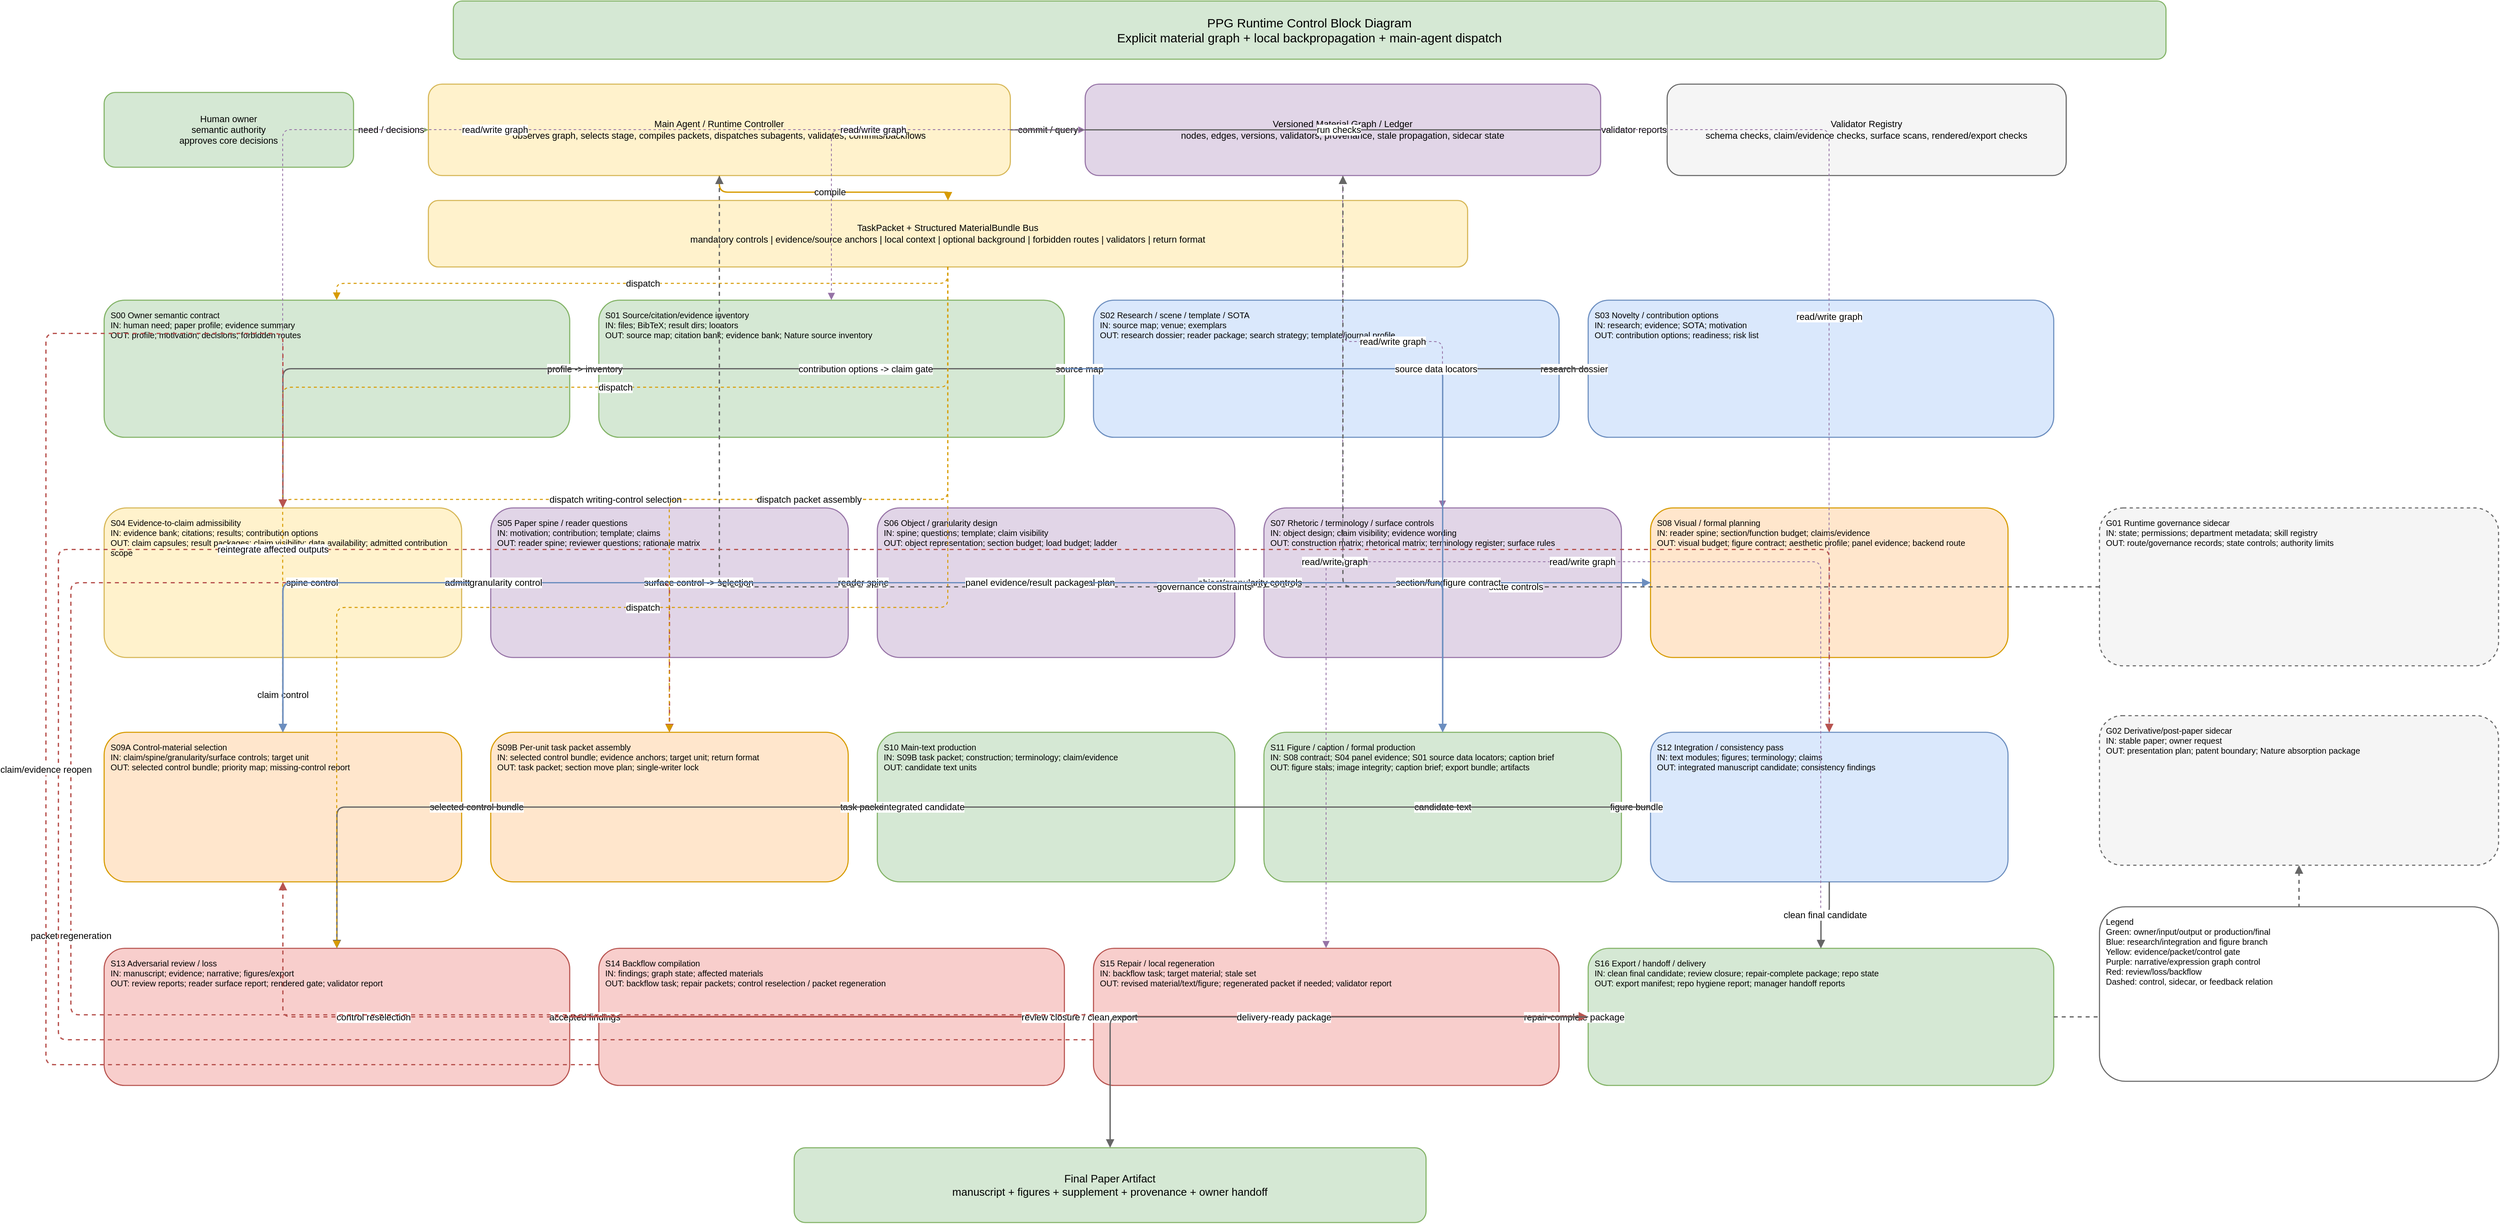
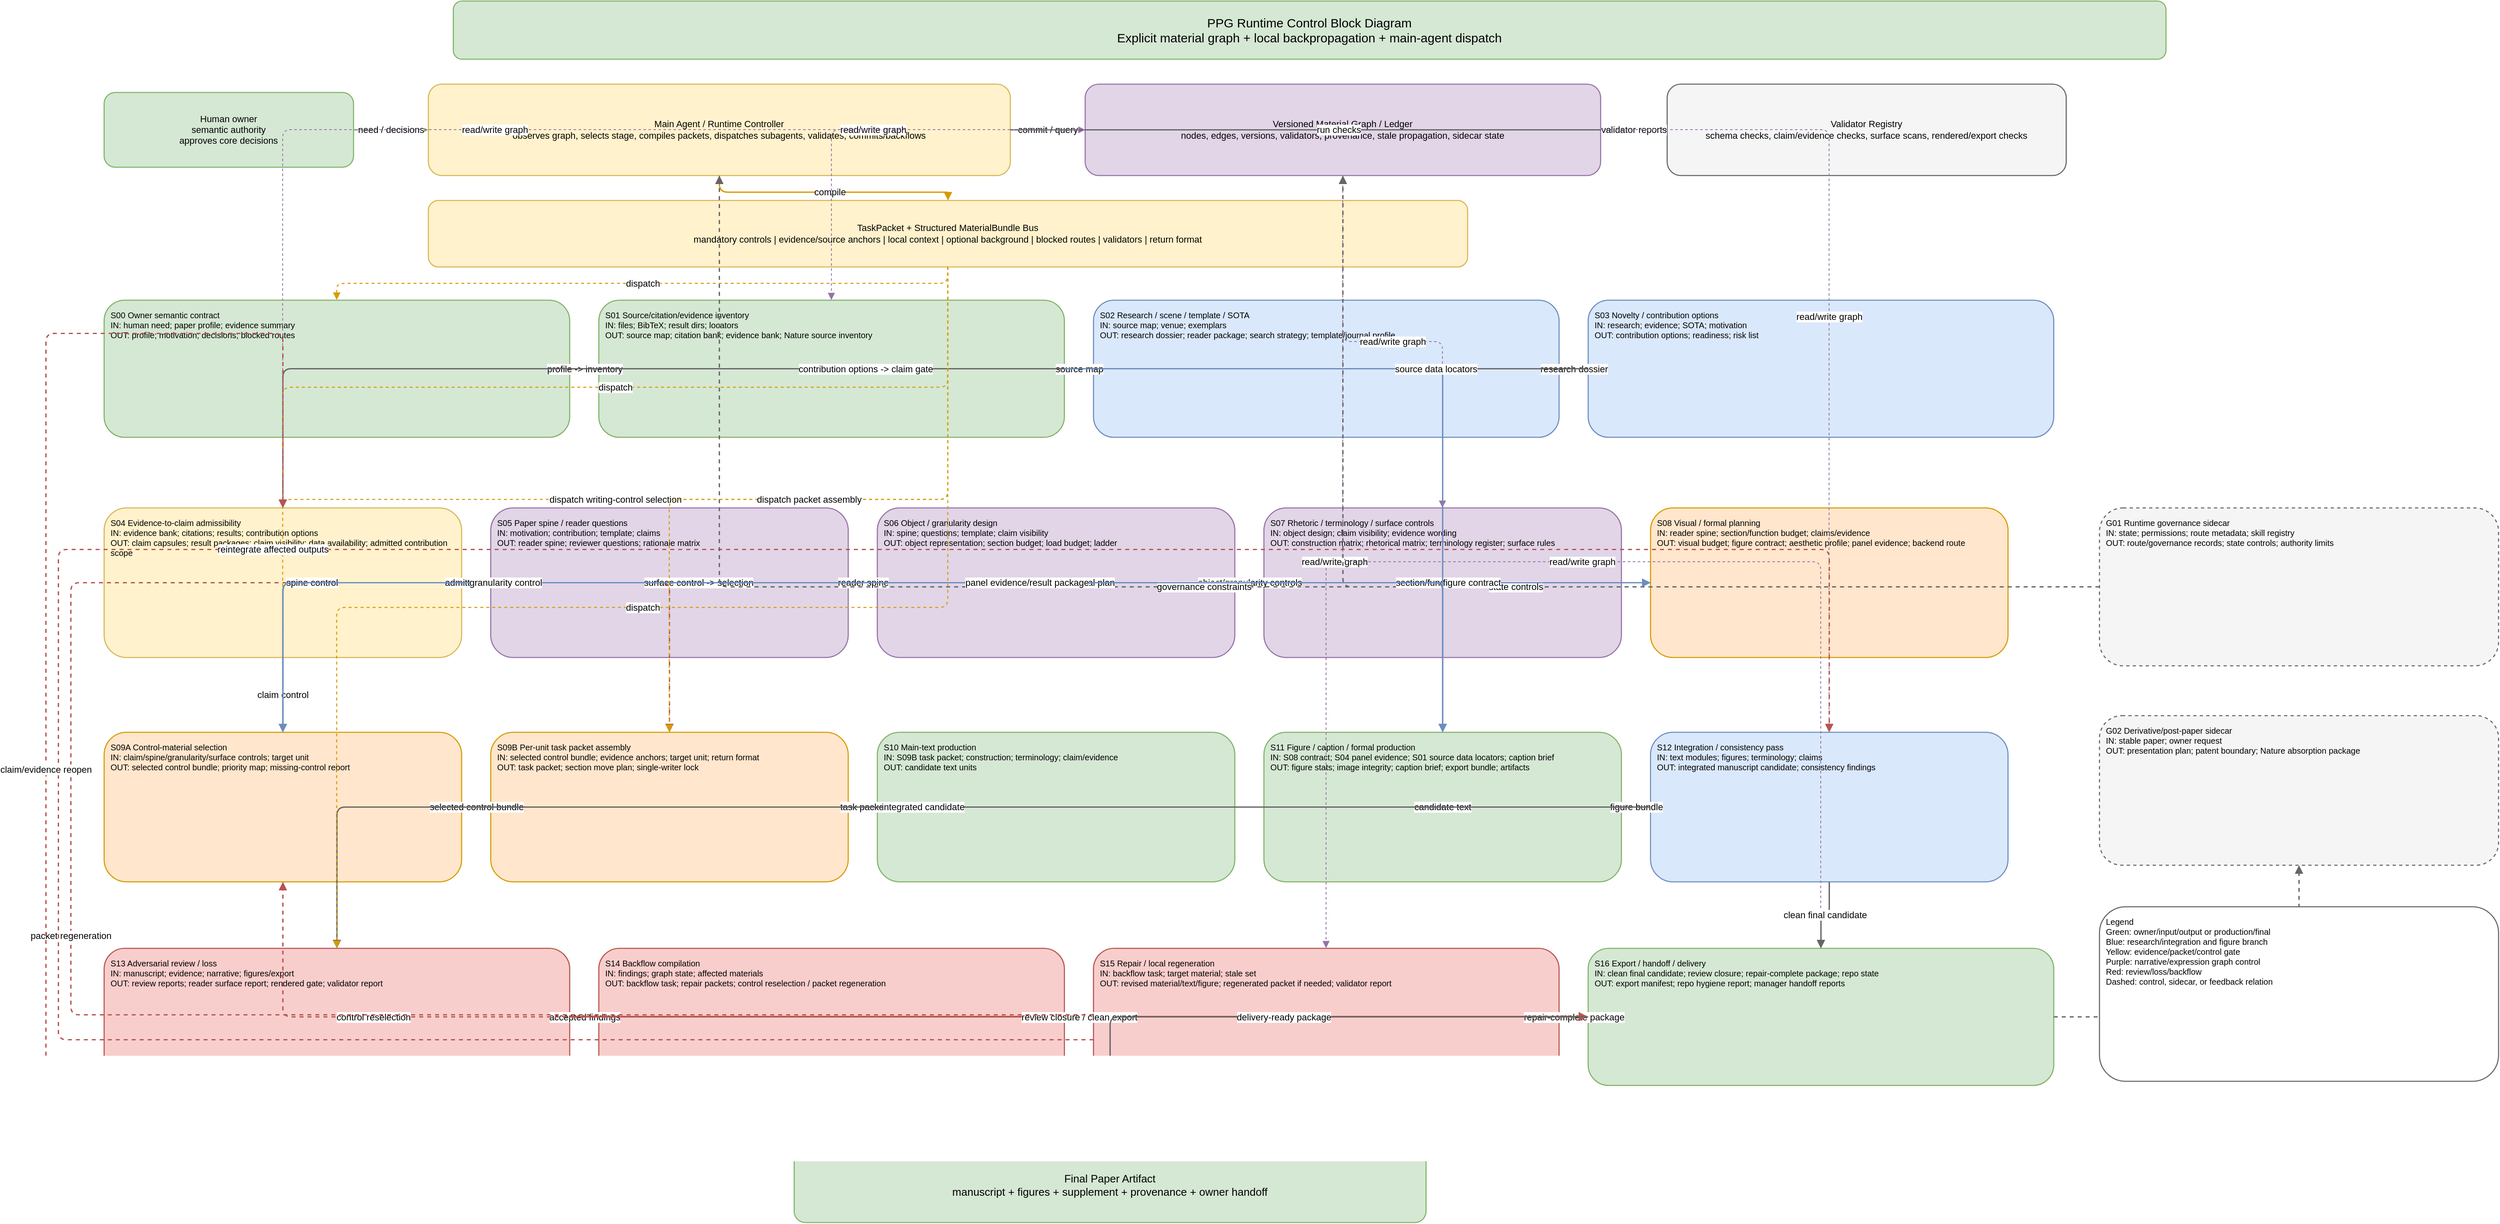
<?xml version='1.0' encoding='UTF-8'?>
<mxfile host="drawio" version="26.0.0">
  <diagram name="PPG Runtime Control Block">
    <mxGraphModel dx="2600" dy="1700" grid="1" gridSize="10" guides="1" tooltips="1" connect="1" arrows="1" fold="1" page="1" pageScale="1" pageWidth="3100" pageHeight="1550" math="0" shadow="0">
      <root>
        <mxCell id="0" />
        <mxCell id="1" parent="0" />
        <mxCell id="2" value="PPG Runtime Control Block Diagram&#10;Explicit material graph + local backpropagation + main-agent dispatch" style="rounded=1;whiteSpace=wrap;html=1;align=center;verticalAlign=middle;spacing=8;fillColor=#d5e8d4;strokeColor=#82b366;fontSize=15;strokeWidth=1.3;" vertex="1" parent="1">
          <mxGeometry x="500" y="20" width="2060" height="70" as="geometry" />
        </mxCell>
        <mxCell id="3" value="Human owner&#10;semantic authority&#10;approves core decisions" style="rounded=1;whiteSpace=wrap;html=1;align=center;verticalAlign=middle;spacing=8;fillColor=#d5e8d4;strokeColor=#82b366;fontSize=11;strokeWidth=1.3;" vertex="1" parent="1">
          <mxGeometry x="80" y="130" width="300" height="90" as="geometry" />
        </mxCell>
        <mxCell id="4" value="Main Agent / Runtime Controller&#10;observes graph, selects stage, compiles packets, dispatches subagents, validates, commits/backflows" style="rounded=1;whiteSpace=wrap;html=1;align=center;verticalAlign=middle;spacing=8;fillColor=#fff2cc;strokeColor=#d6b656;fontSize=11;strokeWidth=1.3;" vertex="1" parent="1">
          <mxGeometry x="470" y="120" width="700" height="110" as="geometry" />
        </mxCell>
        <mxCell id="5" value="Versioned Material Graph / Ledger&#10;nodes, edges, versions, validators, provenance, stale propagation, sidecar state" style="rounded=1;whiteSpace=wrap;html=1;align=center;verticalAlign=middle;spacing=8;fillColor=#e1d5e7;strokeColor=#9673a6;fontSize=11;strokeWidth=1.3;" vertex="1" parent="1">
          <mxGeometry x="1260" y="120" width="620" height="110" as="geometry" />
        </mxCell>
        <mxCell id="6" value="Validator Registry&#10;schema checks, claim/evidence checks, surface scans, rendered/export checks" style="rounded=1;whiteSpace=wrap;html=1;align=center;verticalAlign=middle;spacing=8;fillColor=#f5f5f5;strokeColor=#666666;fontSize=11;strokeWidth=1.3;" vertex="1" parent="1">
          <mxGeometry x="1960" y="120" width="480" height="110" as="geometry" />
        </mxCell>
        <mxCell id="7" value="need / decisions" style="edgeStyle=orthogonalEdgeStyle;rounded=1;orthogonalLoop=1;jettySize=auto;html=1;endArrow=block;strokeColor=#82b366;strokeWidth=1.6;" edge="1" parent="1" source="3" target="4">
          <mxGeometry relative="1" as="geometry" />
        </mxCell>
        <mxCell id="8" value="commit / query" style="edgeStyle=orthogonalEdgeStyle;rounded=1;orthogonalLoop=1;jettySize=auto;html=1;endArrow=block;strokeColor=#9673a6;strokeWidth=1.6;" edge="1" parent="1" source="4" target="5">
          <mxGeometry relative="1" as="geometry" />
        </mxCell>
        <mxCell id="9" value="run checks" style="edgeStyle=orthogonalEdgeStyle;rounded=1;orthogonalLoop=1;jettySize=auto;html=1;endArrow=block;strokeColor=#666666;strokeWidth=1.6;" edge="1" parent="1" source="4" target="6">
          <mxGeometry relative="1" as="geometry" />
        </mxCell>
        <mxCell id="10" value="validator reports" style="edgeStyle=orthogonalEdgeStyle;rounded=1;orthogonalLoop=1;jettySize=auto;html=1;endArrow=block;strokeColor=#666666;strokeWidth=1.6;" edge="1" parent="1" source="6" target="5">
          <mxGeometry relative="1" as="geometry" />
        </mxCell>
-         <mxCell id="11" value="TaskPacket + Structured MaterialBundle Bus&#10;mandatory controls | evidence/source anchors | local context | optional background | forbidden routes | validators | return format" style="rounded=1;whiteSpace=wrap;html=1;align=center;verticalAlign=middle;spacing=8;fillColor=#fff2cc;strokeColor=#d6b656;fontSize=11;strokeWidth=1.3;" vertex="1" parent="1">
+         <mxCell id="11" value="TaskPacket + Structured MaterialBundle Bus&#10;mandatory controls | evidence/source anchors | local context | optional background | blocked routes | validators | return format" style="rounded=1;whiteSpace=wrap;html=1;align=center;verticalAlign=middle;spacing=8;fillColor=#fff2cc;strokeColor=#d6b656;fontSize=11;strokeWidth=1.3;" vertex="1" parent="1">
          <mxGeometry x="470" y="260" width="1250" height="80" as="geometry" />
        </mxCell>
        <mxCell id="12" value="compile" style="edgeStyle=orthogonalEdgeStyle;rounded=1;orthogonalLoop=1;jettySize=auto;html=1;endArrow=block;strokeColor=#d79b00;strokeWidth=1.6;" edge="1" parent="1" source="4" target="11">
          <mxGeometry relative="1" as="geometry" />
        </mxCell>
-         <mxCell id="13" value="S00  Owner semantic contract&#10;IN: human need; paper profile; evidence summary&#10;OUT: profile; motivation; decisions; forbidden routes" style="rounded=1;whiteSpace=wrap;html=1;align=left;verticalAlign=top;spacing=8;fillColor=#d5e8d4;strokeColor=#82b366;fontSize=10;strokeWidth=1.3;" vertex="1" parent="1">
+         <mxCell id="13" value="S00  Owner semantic contract&#10;IN: human need; paper profile; evidence summary&#10;OUT: profile; motivation; decisions; blocked routes" style="rounded=1;whiteSpace=wrap;html=1;align=left;verticalAlign=top;spacing=8;fillColor=#d5e8d4;strokeColor=#82b366;fontSize=10;strokeWidth=1.3;" vertex="1" parent="1">
          <mxGeometry x="80" y="380" width="560" height="165" as="geometry" />
        </mxCell>
        <mxCell id="14" value="S01  Source/citation/evidence inventory&#10;IN: files; BibTeX; result dirs; locators&#10;OUT: source map; citation bank; evidence bank; Nature source inventory" style="rounded=1;whiteSpace=wrap;html=1;align=left;verticalAlign=top;spacing=8;fillColor=#d5e8d4;strokeColor=#82b366;fontSize=10;strokeWidth=1.3;" vertex="1" parent="1">
          <mxGeometry x="675" y="380" width="560" height="165" as="geometry" />
        </mxCell>
        <mxCell id="15" value="S02  Research / scene / template / SOTA&#10;IN: source map; venue; exemplars&#10;OUT: research dossier; reader package; search strategy; template/journal profile" style="rounded=1;whiteSpace=wrap;html=1;align=left;verticalAlign=top;spacing=8;fillColor=#dae8fc;strokeColor=#6c8ebf;fontSize=10;strokeWidth=1.3;" vertex="1" parent="1">
          <mxGeometry x="1270" y="380" width="560" height="165" as="geometry" />
        </mxCell>
        <mxCell id="16" value="S03  Novelty / contribution options&#10;IN: research; evidence; SOTA; motivation&#10;OUT: contribution options; readiness; risk list" style="rounded=1;whiteSpace=wrap;html=1;align=left;verticalAlign=top;spacing=8;fillColor=#dae8fc;strokeColor=#6c8ebf;fontSize=10;strokeWidth=1.3;" vertex="1" parent="1">
          <mxGeometry x="1865" y="380" width="560" height="165" as="geometry" />
        </mxCell>
        <mxCell id="17" value="S04  Evidence-to-claim admissibility&#10;IN: evidence bank; citations; results; contribution options&#10;OUT: claim capsules; result packages; claim visibility; data availability; admitted contribution scope" style="rounded=1;whiteSpace=wrap;html=1;align=left;verticalAlign=top;spacing=8;fillColor=#fff2cc;strokeColor=#d6b656;fontSize=10;strokeWidth=1.3;" vertex="1" parent="1">
          <mxGeometry x="80" y="630" width="430" height="180" as="geometry" />
        </mxCell>
        <mxCell id="18" value="S05  Paper spine / reader questions&#10;IN: motivation; contribution; template; claims&#10;OUT: reader spine; reviewer questions; rationale matrix" style="rounded=1;whiteSpace=wrap;html=1;align=left;verticalAlign=top;spacing=8;fillColor=#e1d5e7;strokeColor=#9673a6;fontSize=10;strokeWidth=1.3;" vertex="1" parent="1">
          <mxGeometry x="545" y="630" width="430" height="180" as="geometry" />
        </mxCell>
        <mxCell id="19" value="S06  Object / granularity design&#10;IN: spine; questions; template; claim visibility&#10;OUT: object representation; section budget; load budget; ladder" style="rounded=1;whiteSpace=wrap;html=1;align=left;verticalAlign=top;spacing=8;fillColor=#e1d5e7;strokeColor=#9673a6;fontSize=10;strokeWidth=1.3;" vertex="1" parent="1">
          <mxGeometry x="1010" y="630" width="430" height="180" as="geometry" />
        </mxCell>
        <mxCell id="20" value="S07  Rhetoric / terminology / surface controls&#10;IN: object design; claim visibility; evidence wording&#10;OUT: construction matrix; rhetorical matrix; terminology register; surface rules" style="rounded=1;whiteSpace=wrap;html=1;align=left;verticalAlign=top;spacing=8;fillColor=#e1d5e7;strokeColor=#9673a6;fontSize=10;strokeWidth=1.3;" vertex="1" parent="1">
          <mxGeometry x="1475" y="630" width="430" height="180" as="geometry" />
        </mxCell>
        <mxCell id="21" value="S08  Visual / formal planning&#10;IN: reader spine; section/function budget; claims/evidence&#10;OUT: visual budget; figure contract; aesthetic profile; panel evidence; backend route" style="rounded=1;whiteSpace=wrap;html=1;align=left;verticalAlign=top;spacing=8;fillColor=#ffe6cc;strokeColor=#d79b00;fontSize=10;strokeWidth=1.3;" vertex="1" parent="1">
          <mxGeometry x="1940" y="630" width="430" height="180" as="geometry" />
        </mxCell>
        <mxCell id="22" value="S09A  Control-material selection&#10;IN: claim/spine/granularity/surface controls; target unit&#10;OUT: selected control bundle; priority map; missing-control report" style="rounded=1;whiteSpace=wrap;html=1;align=left;verticalAlign=top;spacing=8;fillColor=#ffe6cc;strokeColor=#d79b00;fontSize=10;strokeWidth=1.3;" vertex="1" parent="1">
          <mxGeometry x="80" y="900" width="430" height="180" as="geometry" />
        </mxCell>
        <mxCell id="69" value="S09B  Per-unit task packet assembly&#10;IN: selected control bundle; evidence anchors; target unit; return format&#10;OUT: task packet; section move plan; single-writer lock" style="rounded=1;whiteSpace=wrap;html=1;align=left;verticalAlign=top;spacing=8;fillColor=#ffe6cc;strokeColor=#d79b00;fontSize=10;strokeWidth=1.3;" vertex="1" parent="1">
          <mxGeometry x="545" y="900" width="430" height="180" as="geometry" />
        </mxCell>
        <mxCell id="23" value="S10  Main-text production&#10;IN: S09B task packet; construction; terminology; claim/evidence&#10;OUT: candidate text units" style="rounded=1;whiteSpace=wrap;html=1;align=left;verticalAlign=top;spacing=8;fillColor=#d5e8d4;strokeColor=#82b366;fontSize=10;strokeWidth=1.3;" vertex="1" parent="1">
          <mxGeometry x="1010" y="900" width="430" height="180" as="geometry" />
        </mxCell>
        <mxCell id="24" value="S11  Figure / caption / formal production&#10;IN: S08 contract; S04 panel evidence; S01 source data locators; caption brief&#10;OUT: figure stats; image integrity; caption brief; export bundle; artifacts" style="rounded=1;whiteSpace=wrap;html=1;align=left;verticalAlign=top;spacing=8;fillColor=#d5e8d4;strokeColor=#82b366;fontSize=10;strokeWidth=1.3;" vertex="1" parent="1">
          <mxGeometry x="1475" y="900" width="430" height="180" as="geometry" />
        </mxCell>
        <mxCell id="25" value="S12  Integration / consistency pass&#10;IN: text modules; figures; terminology; claims&#10;OUT: integrated manuscript candidate; consistency findings" style="rounded=1;whiteSpace=wrap;html=1;align=left;verticalAlign=top;spacing=8;fillColor=#dae8fc;strokeColor=#6c8ebf;fontSize=10;strokeWidth=1.3;" vertex="1" parent="1">
          <mxGeometry x="1940" y="900" width="430" height="180" as="geometry" />
        </mxCell>
        <mxCell id="26" value="S13  Adversarial review / loss&#10;IN: manuscript; evidence; narrative; figures/export&#10;OUT: review reports; reader surface report; rendered gate; validator report" style="rounded=1;whiteSpace=wrap;html=1;align=left;verticalAlign=top;spacing=8;fillColor=#f8cecc;strokeColor=#b85450;fontSize=10;strokeWidth=1.3;" vertex="1" parent="1">
          <mxGeometry x="80" y="1160" width="560" height="165" as="geometry" />
        </mxCell>
        <mxCell id="27" value="S14  Backflow compilation&#10;IN: findings; graph state; affected materials&#10;OUT: backflow task; repair packets; control reselection / packet regeneration" style="rounded=1;whiteSpace=wrap;html=1;align=left;verticalAlign=top;spacing=8;fillColor=#f8cecc;strokeColor=#b85450;fontSize=10;strokeWidth=1.3;" vertex="1" parent="1">
          <mxGeometry x="675" y="1160" width="560" height="165" as="geometry" />
        </mxCell>
        <mxCell id="28" value="S15  Repair / local regeneration&#10;IN: backflow task; target material; stale set&#10;OUT: revised material/text/figure; regenerated packet if needed; validator report" style="rounded=1;whiteSpace=wrap;html=1;align=left;verticalAlign=top;spacing=8;fillColor=#f8cecc;strokeColor=#b85450;fontSize=10;strokeWidth=1.3;" vertex="1" parent="1">
          <mxGeometry x="1270" y="1160" width="560" height="165" as="geometry" />
        </mxCell>
        <mxCell id="29" value="S16  Export / handoff / delivery&#10;IN: clean final candidate; review closure; repair-complete package; repo state&#10;OUT: export manifest; repo hygiene report; manager handoff reports" style="rounded=1;whiteSpace=wrap;html=1;align=left;verticalAlign=top;spacing=8;fillColor=#d5e8d4;strokeColor=#82b366;fontSize=10;strokeWidth=1.3;" vertex="1" parent="1">
          <mxGeometry x="1865" y="1160" width="560" height="165" as="geometry" />
        </mxCell>
        <mxCell id="30" value="profile -&gt; inventory" style="edgeStyle=orthogonalEdgeStyle;rounded=1;orthogonalLoop=1;jettySize=auto;html=1;endArrow=block;strokeColor=#666666;strokeWidth=1.6;" edge="1" parent="1" source="13" target="14">
          <mxGeometry relative="1" as="geometry" />
        </mxCell>
        <mxCell id="31" value="source map" style="edgeStyle=orthogonalEdgeStyle;rounded=1;orthogonalLoop=1;jettySize=auto;html=1;endArrow=block;strokeColor=#666666;strokeWidth=1.6;" edge="1" parent="1" source="14" target="15">
          <mxGeometry relative="1" as="geometry" />
        </mxCell>
        <mxCell id="32" value="research dossier" style="edgeStyle=orthogonalEdgeStyle;rounded=1;orthogonalLoop=1;jettySize=auto;html=1;endArrow=block;strokeColor=#666666;strokeWidth=1.6;" edge="1" parent="1" source="15" target="16">
          <mxGeometry relative="1" as="geometry" />
        </mxCell>
        <mxCell id="33" value="contribution options -&gt; claim gate" style="edgeStyle=orthogonalEdgeStyle;rounded=1;orthogonalLoop=1;jettySize=auto;html=1;endArrow=block;strokeColor=#666666;strokeWidth=1.6;" edge="1" parent="1" source="16" target="17">
          <mxGeometry relative="1" as="geometry" />
        </mxCell>
        <mxCell id="34" value="admitted claims" style="edgeStyle=orthogonalEdgeStyle;rounded=1;orthogonalLoop=1;jettySize=auto;html=1;endArrow=block;strokeColor=#666666;strokeWidth=1.6;" edge="1" parent="1" source="17" target="18">
          <mxGeometry relative="1" as="geometry" />
        </mxCell>
        <mxCell id="35" value="reader spine" style="edgeStyle=orthogonalEdgeStyle;rounded=1;orthogonalLoop=1;jettySize=auto;html=1;endArrow=block;strokeColor=#666666;strokeWidth=1.6;" edge="1" parent="1" source="18" target="19">
          <mxGeometry relative="1" as="geometry" />
        </mxCell>
        <mxCell id="36" value="object/granularity controls" style="edgeStyle=orthogonalEdgeStyle;rounded=1;orthogonalLoop=1;jettySize=auto;html=1;endArrow=block;strokeColor=#666666;strokeWidth=1.6;" edge="1" parent="1" source="19" target="20">
          <mxGeometry relative="1" as="geometry" />
        </mxCell>
        <mxCell id="37" value="surface control -&gt; selection" style="edgeStyle=orthogonalEdgeStyle;rounded=1;orthogonalLoop=1;jettySize=auto;html=1;endArrow=block;strokeColor=#666666;strokeWidth=1.6;" edge="1" parent="1" source="20" target="22">
          <mxGeometry relative="1" as="geometry" />
        </mxCell>
        <mxCell id="38" value="selected control bundle" style="edgeStyle=orthogonalEdgeStyle;rounded=1;orthogonalLoop=1;jettySize=auto;html=1;endArrow=block;strokeColor=#666666;strokeWidth=1.6;" edge="1" parent="1" source="22" target="69">
          <mxGeometry relative="1" as="geometry" />
        </mxCell>
        <mxCell id="39" value="task packet" style="edgeStyle=orthogonalEdgeStyle;rounded=1;orthogonalLoop=1;jettySize=auto;html=1;endArrow=block;strokeColor=#666666;strokeWidth=1.6;" edge="1" parent="1" source="69" target="23">
          <mxGeometry relative="1" as="geometry" />
        </mxCell>
        <mxCell id="40" value="candidate text" style="edgeStyle=orthogonalEdgeStyle;rounded=1;orthogonalLoop=1;jettySize=auto;html=1;endArrow=block;strokeColor=#666666;strokeWidth=1.6;" edge="1" parent="1" source="23" target="25">
          <mxGeometry relative="1" as="geometry" />
        </mxCell>
        <mxCell id="41" value="figure bundle" style="edgeStyle=orthogonalEdgeStyle;rounded=1;orthogonalLoop=1;jettySize=auto;html=1;endArrow=block;strokeColor=#6c8ebf;strokeWidth=1.6;" edge="1" parent="1" source="24" target="25">
          <mxGeometry relative="1" as="geometry" />
        </mxCell>
        <mxCell id="42" value="integrated candidate" style="edgeStyle=orthogonalEdgeStyle;rounded=1;orthogonalLoop=1;jettySize=auto;html=1;endArrow=block;strokeColor=#666666;strokeWidth=1.6;" edge="1" parent="1" source="25" target="26">
          <mxGeometry relative="1" as="geometry" />
        </mxCell>
        <mxCell id="43" value="accepted findings" style="edgeStyle=orthogonalEdgeStyle;rounded=1;orthogonalLoop=1;jettySize=auto;html=1;endArrow=block;strokeColor=#b85450;strokeWidth=2;" edge="1" parent="1" source="26" target="27">
          <mxGeometry relative="1" as="geometry" />
        </mxCell>
        <mxCell id="44" value="repair packets" style="edgeStyle=orthogonalEdgeStyle;rounded=1;orthogonalLoop=1;jettySize=auto;html=1;endArrow=block;strokeColor=#b85450;strokeWidth=2;" edge="1" parent="1" source="27" target="28">
          <mxGeometry relative="1" as="geometry" />
        </mxCell>
        <mxCell id="45" value="repair-complete package" style="edgeStyle=orthogonalEdgeStyle;rounded=1;orthogonalLoop=1;jettySize=auto;html=1;endArrow=block;strokeColor=#b85450;strokeWidth=2;" edge="1" parent="1" source="28" target="29">
          <mxGeometry relative="1" as="geometry" />
        </mxCell>
        <mxCell id="46" value="dispatch" style="edgeStyle=orthogonalEdgeStyle;rounded=1;orthogonalLoop=1;jettySize=auto;html=1;endArrow=block;strokeColor=#d79b00;strokeWidth=1.2;dashed=1;" edge="1" parent="1" source="11" target="13">
          <mxGeometry relative="1" as="geometry" />
        </mxCell>
        <mxCell id="47" value="dispatch" style="edgeStyle=orthogonalEdgeStyle;rounded=1;orthogonalLoop=1;jettySize=auto;html=1;endArrow=block;strokeColor=#d79b00;strokeWidth=1.2;dashed=1;" edge="1" parent="1" source="11" target="17">
          <mxGeometry relative="1" as="geometry" />
        </mxCell>
        <mxCell id="48" value="dispatch writing-control selection" style="edgeStyle=orthogonalEdgeStyle;rounded=1;orthogonalLoop=1;jettySize=auto;html=1;endArrow=block;strokeColor=#d79b00;strokeWidth=1.2;dashed=1;" edge="1" parent="1" source="11" target="22">
          <mxGeometry relative="1" as="geometry" />
        </mxCell>
        <mxCell id="49" value="dispatch" style="edgeStyle=orthogonalEdgeStyle;rounded=1;orthogonalLoop=1;jettySize=auto;html=1;endArrow=block;strokeColor=#d79b00;strokeWidth=1.2;dashed=1;" edge="1" parent="1" source="11" target="26">
          <mxGeometry relative="1" as="geometry" />
        </mxCell>
        <mxCell id="50" value="read/write graph" style="edgeStyle=orthogonalEdgeStyle;rounded=1;orthogonalLoop=1;jettySize=auto;html=1;endArrow=block;strokeColor=#9673a6;strokeWidth=1.0;dashed=1;" edge="1" parent="1" source="5" target="14">
          <mxGeometry relative="1" as="geometry" />
        </mxCell>
        <mxCell id="51" value="read/write graph" style="edgeStyle=orthogonalEdgeStyle;rounded=1;orthogonalLoop=1;jettySize=auto;html=1;endArrow=block;strokeColor=#9673a6;strokeWidth=1.0;dashed=1;" edge="1" parent="1" source="5" target="17">
          <mxGeometry relative="1" as="geometry" />
        </mxCell>
        <mxCell id="52" value="read/write graph" style="edgeStyle=orthogonalEdgeStyle;rounded=1;orthogonalLoop=1;jettySize=auto;html=1;endArrow=block;strokeColor=#9673a6;strokeWidth=1.0;dashed=1;" edge="1" parent="1" source="5" target="20">
          <mxGeometry relative="1" as="geometry" />
        </mxCell>
        <mxCell id="53" value="read/write graph" style="edgeStyle=orthogonalEdgeStyle;rounded=1;orthogonalLoop=1;jettySize=auto;html=1;endArrow=block;strokeColor=#9673a6;strokeWidth=1.0;dashed=1;" edge="1" parent="1" source="5" target="25">
          <mxGeometry relative="1" as="geometry" />
        </mxCell>
        <mxCell id="54" value="read/write graph" style="edgeStyle=orthogonalEdgeStyle;rounded=1;orthogonalLoop=1;jettySize=auto;html=1;endArrow=block;strokeColor=#9673a6;strokeWidth=1.0;dashed=1;" edge="1" parent="1" source="5" target="28">
          <mxGeometry relative="1" as="geometry" />
        </mxCell>
        <mxCell id="55" value="read/write graph" style="edgeStyle=orthogonalEdgeStyle;rounded=1;orthogonalLoop=1;jettySize=auto;html=1;endArrow=block;strokeColor=#9673a6;strokeWidth=1.0;dashed=1;" edge="1" parent="1" source="5" target="29">
          <mxGeometry relative="1" as="geometry" />
        </mxCell>
        <mxCell id="56" value="review closure / clean export" style="edgeStyle=orthogonalEdgeStyle;rounded=1;orthogonalLoop=1;jettySize=auto;html=1;endArrow=block;strokeColor=#b85450;strokeWidth=2;" edge="1" parent="1" source="26" target="29">
          <mxGeometry relative="1" as="geometry" />
        </mxCell>
        <mxCell id="57" value="control reselection" style="edgeStyle=orthogonalEdgeStyle;rounded=1;orthogonalLoop=1;jettySize=auto;html=1;endArrow=block;strokeColor=#b85450;strokeWidth=1.6;dashed=1;" edge="1" parent="1" source="27" target="22">
          <mxGeometry relative="1" as="geometry" />
        </mxCell>
        <mxCell id="58" value="packet regeneration" style="edgeStyle=orthogonalEdgeStyle;rounded=1;orthogonalLoop=1;jettySize=auto;html=1;endArrow=block;strokeColor=#b85450;strokeWidth=1.6;dashed=1;" edge="1" parent="1" source="28" target="69">
          <mxGeometry relative="1" as="geometry">
            <Array as="points">
              <mxPoint x="40" y="1240" />
              <mxPoint x="40" y="720" />
            </Array>
          </mxGeometry>
        </mxCell>
        <mxCell id="59" value="reintegrate affected outputs" style="edgeStyle=orthogonalEdgeStyle;rounded=1;orthogonalLoop=1;jettySize=auto;html=1;endArrow=block;strokeColor=#b85450;strokeWidth=1.6;dashed=1;" edge="1" parent="1" source="28" target="25">
          <mxGeometry relative="1" as="geometry">
            <Array as="points">
              <mxPoint x="25" y="1270" />
              <mxPoint x="25" y="680" />
            </Array>
          </mxGeometry>
        </mxCell>
        <mxCell id="60" value="claim/evidence reopen" style="edgeStyle=orthogonalEdgeStyle;rounded=1;orthogonalLoop=1;jettySize=auto;html=1;endArrow=block;strokeColor=#b85450;strokeWidth=1.6;dashed=1;" edge="1" parent="1" source="27" target="17">
          <mxGeometry relative="1" as="geometry">
            <Array as="points">
              <mxPoint x="10" y="1300" />
              <mxPoint x="10" y="420" />
            </Array>
          </mxGeometry>
        </mxCell>
        <mxCell id="61" value="Final Paper Artifact&#10;manuscript + figures + supplement + provenance + owner handoff" style="rounded=1;whiteSpace=wrap;html=1;align=center;verticalAlign=middle;spacing=8;fillColor=#d5e8d4;strokeColor=#82b366;fontSize=13;strokeWidth=1.3;" vertex="1" parent="1">
          <mxGeometry x="910" y="1400" width="760" height="90" as="geometry" />
        </mxCell>
        <mxCell id="62" value="delivery-ready package" style="edgeStyle=orthogonalEdgeStyle;rounded=1;orthogonalLoop=1;jettySize=auto;html=1;endArrow=block;strokeColor=#666666;strokeWidth=1.6;" edge="1" parent="1" source="29" target="61">
          <mxGeometry relative="1" as="geometry" />
        </mxCell>
-         <mxCell id="63" value="G01 Runtime governance sidecar&#10;IN: state; permissions; department metadata; skill registry&#10;OUT: route/governance records; state controls; authority limits" style="rounded=1;whiteSpace=wrap;html=1;align=left;verticalAlign=top;spacing=8;fillColor=#f5f5f5;strokeColor=#666666;fontSize=10;strokeWidth=1.3;dashed=1;" vertex="1" parent="1">
+         <mxCell id="63" value="G01 Runtime governance sidecar&#10;IN: state; permissions; route metadata; skill registry&#10;OUT: route/governance records; state controls; authority limits" style="rounded=1;whiteSpace=wrap;html=1;align=left;verticalAlign=top;spacing=8;fillColor=#f5f5f5;strokeColor=#666666;fontSize=10;strokeWidth=1.3;dashed=1;" vertex="1" parent="1">
          <mxGeometry x="2480" y="630" width="480" height="190" as="geometry" />
        </mxCell>
        <mxCell id="64" value="G02 Derivative/post-paper sidecar&#10;IN: stable paper; owner request&#10;OUT: presentation plan; patent boundary; Nature absorption package" style="rounded=1;whiteSpace=wrap;html=1;align=left;verticalAlign=top;spacing=8;fillColor=#f5f5f5;strokeColor=#666666;fontSize=10;strokeWidth=1.3;dashed=1;" vertex="1" parent="1">
          <mxGeometry x="2480" y="880" width="480" height="180" as="geometry" />
        </mxCell>
        <mxCell id="65" value="governance constraints" style="edgeStyle=orthogonalEdgeStyle;rounded=1;orthogonalLoop=1;jettySize=auto;html=1;endArrow=block;strokeColor=#666666;strokeWidth=1.6;dashed=1;" edge="1" parent="1" source="63" target="4">
          <mxGeometry relative="1" as="geometry" />
        </mxCell>
        <mxCell id="66" value="state controls" style="edgeStyle=orthogonalEdgeStyle;rounded=1;orthogonalLoop=1;jettySize=auto;html=1;endArrow=block;strokeColor=#666666;strokeWidth=1.6;dashed=1;" edge="1" parent="1" source="63" target="5">
          <mxGeometry relative="1" as="geometry" />
        </mxCell>
        <mxCell id="67" value="optional derivative route" style="edgeStyle=orthogonalEdgeStyle;rounded=1;orthogonalLoop=1;jettySize=auto;html=1;endArrow=block;strokeColor=#666666;strokeWidth=1.6;dashed=1;" edge="1" parent="1" source="29" target="64">
          <mxGeometry relative="1" as="geometry" />
        </mxCell>
        <mxCell id="68" value="Legend&#10;Green: owner/input/output or production/final&#10;Blue: research/integration and figure branch&#10;Yellow: evidence/packet/control gate&#10;Purple: narrative/expression graph control&#10;Red: review/loss/backflow&#10;Dashed: control, sidecar, or feedback relation" style="rounded=1;whiteSpace=wrap;html=1;align=left;verticalAlign=top;spacing=8;fillColor=#ffffff;strokeColor=#666666;fontSize=10;strokeWidth=1.3;" vertex="1" parent="1">
          <mxGeometry x="2480" y="1110" width="480" height="210" as="geometry" />
        </mxCell>
        <mxCell id="70" value="section/function budget" style="edgeStyle=orthogonalEdgeStyle;rounded=1;orthogonalLoop=1;jettySize=auto;html=1;endArrow=block;strokeColor=#6c8ebf;strokeWidth=1.6;" edge="1" parent="1" source="19" target="21">
          <mxGeometry relative="1" as="geometry" />
        </mxCell>
        <mxCell id="71" value="claim/evidence -&gt; visual plan" style="edgeStyle=orthogonalEdgeStyle;rounded=1;orthogonalLoop=1;jettySize=auto;html=1;endArrow=block;strokeColor=#6c8ebf;strokeWidth=1.6;" edge="1" parent="1" source="17" target="21">
          <mxGeometry relative="1" as="geometry" />
        </mxCell>
        <mxCell id="72" value="source data locators" style="edgeStyle=orthogonalEdgeStyle;rounded=1;orthogonalLoop=1;jettySize=auto;html=1;endArrow=block;strokeColor=#6c8ebf;strokeWidth=1.6;" edge="1" parent="1" source="14" target="24">
          <mxGeometry relative="1" as="geometry" />
        </mxCell>
        <mxCell id="73" value="panel evidence/result package" style="edgeStyle=orthogonalEdgeStyle;rounded=1;orthogonalLoop=1;jettySize=auto;html=1;endArrow=block;strokeColor=#6c8ebf;strokeWidth=1.6;" edge="1" parent="1" source="17" target="24">
          <mxGeometry relative="1" as="geometry" />
        </mxCell>
        <mxCell id="74" value="figure contract" style="edgeStyle=orthogonalEdgeStyle;rounded=1;orthogonalLoop=1;jettySize=auto;html=1;endArrow=block;strokeColor=#6c8ebf;strokeWidth=1.6;" edge="1" parent="1" source="21" target="24">
          <mxGeometry relative="1" as="geometry" />
        </mxCell>
        <mxCell id="75" value="claim control" style="edgeStyle=orthogonalEdgeStyle;rounded=1;orthogonalLoop=1;jettySize=auto;html=1;endArrow=block;strokeColor=#6c8ebf;strokeWidth=1.6;" edge="1" parent="1" source="17" target="22">
          <mxGeometry relative="1" as="geometry" />
        </mxCell>
        <mxCell id="76" value="spine control" style="edgeStyle=orthogonalEdgeStyle;rounded=1;orthogonalLoop=1;jettySize=auto;html=1;endArrow=block;strokeColor=#6c8ebf;strokeWidth=1.6;" edge="1" parent="1" source="18" target="22">
          <mxGeometry relative="1" as="geometry" />
        </mxCell>
        <mxCell id="77" value="granularity control" style="edgeStyle=orthogonalEdgeStyle;rounded=1;orthogonalLoop=1;jettySize=auto;html=1;endArrow=block;strokeColor=#6c8ebf;strokeWidth=1.6;" edge="1" parent="1" source="19" target="22">
          <mxGeometry relative="1" as="geometry" />
        </mxCell>
        <mxCell id="78" value="clean final candidate" style="edgeStyle=orthogonalEdgeStyle;rounded=1;orthogonalLoop=1;jettySize=auto;html=1;endArrow=block;strokeColor=#666666;strokeWidth=1.6;" edge="1" parent="1" source="25" target="29">
          <mxGeometry relative="1" as="geometry" />
        </mxCell>
        <mxCell id="79" value="dispatch packet assembly" style="edgeStyle=orthogonalEdgeStyle;rounded=1;orthogonalLoop=1;jettySize=auto;html=1;endArrow=block;strokeColor=#d79b00;strokeWidth=1.2;dashed=1;" edge="1" parent="1" source="11" target="69">
          <mxGeometry relative="1" as="geometry" />
        </mxCell>
      </root>
    </mxGraphModel>
  </diagram>
</mxfile>